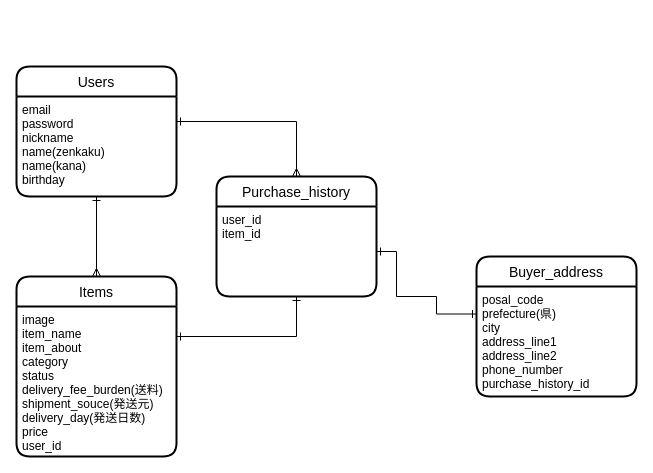
Before: test.dio in ponsiro/furima-34549, a draw.io diagram. Source tidied: cells renumbered, new cells numbered last; positions are measured from the earlier drawing's top-left corner, leaving out a move shared by most shapes. Both pictures are drawn from the tidied source at 100%, with x=0, y=0 at pixel (16, 66).
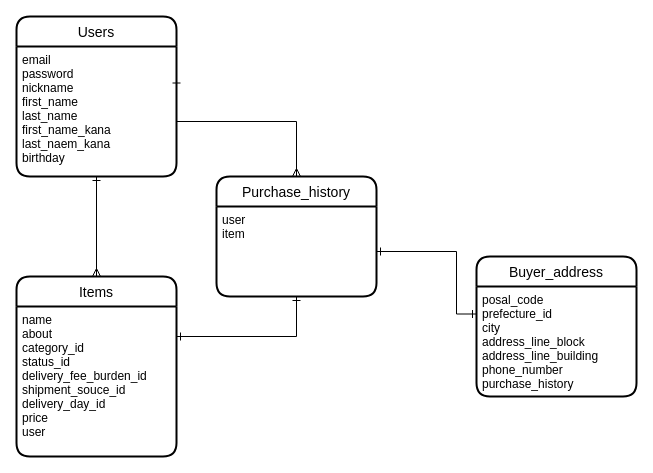
The same diagram, later.

The edit, as a diff of the source:
```diff
@@
 <mxGraphModel>
   <root>
     <mxCell id="0" />
     <mxCell id="1" parent="0" />
     <mxCell id="2" style="edgeStyle=orthogonalEdgeStyle;rounded=0;orthogonalLoop=1;jettySize=auto;html=1;exitX=1;exitY=0.5;exitDx=0;exitDy=0;startArrow=ERone;startFill=0;endArrow=ERone;endFill=0;targetPerimeterSpacing=0;" parent="1" edge="1">
       <mxGeometry relative="1" as="geometry">
         <mxPoint x="160" y="270" as="sourcePoint" />
         <mxPoint x="280" y="230" as="targetPoint" />
         <Array as="points">
           <mxPoint x="280" y="270" />
         </Array>
       </mxGeometry>
     </mxCell>
     <mxCell id="3" value="Users" style="swimlane;horizontal=1;startSize=30;rounded=1;fontSize=14;fontStyle=0;strokeWidth=2;shadow=0;dashed=0;align=center;" parent="1" vertex="1">
-      <mxGeometry width="160" height="130" as="geometry" />
+      <mxGeometry y="-50" width="160" height="160" as="geometry" />
     </mxCell>
-    <mxCell id="4" value="email&#10;password&#10;nickname&#10;name(zenkaku)&#10;name(kana)&#10;birthday&#10;" style="align=left;strokeColor=none;fillColor=none;spacingLeft=4;fontSize=12;verticalAlign=top;" parent="3" vertex="1">
-      <mxGeometry y="30" width="160" height="100" as="geometry" />
+    <mxCell id="4" value="email&#10;password&#10;nickname&#10;first_name&#10;last_name&#10;first_name_kana&#10;last_naem_kana&#10;birthday&#10;" style="align=left;strokeColor=none;fillColor=none;spacingLeft=4;fontSize=12;verticalAlign=top;" parent="3" vertex="1">
+      <mxGeometry y="30" width="160" height="130" as="geometry" />
     </mxCell>
     <mxCell id="5" value="Items" style="swimlane;horizontal=1;startSize=30;rounded=1;fontSize=14;fontStyle=0;strokeWidth=2;shadow=0;dashed=0;align=center;" parent="1" vertex="1">
       <mxGeometry y="210" width="160" height="180" as="geometry" />
     </mxCell>
-    <mxCell id="6" value="image&#10;item_name&#10;item_about&#10;category&#10;status&#10;delivery_fee_burden(送料)&#10;shipment_souce(発送元)&#10;delivery_day(発送日数)&#10;price&#10;user_id&#10;" style="align=left;strokeColor=none;fillColor=none;spacingLeft=4;fontSize=12;verticalAlign=top;" parent="5" vertex="1">
+    <mxCell id="6" value="name&#10;about&#10;category_id&#10;status_id&#10;delivery_fee_burden_id&#10;shipment_souce_id&#10;delivery_day_id&#10;price&#10;user&#10;" style="align=left;strokeColor=none;fillColor=none;spacingLeft=4;fontSize=12;verticalAlign=top;" parent="5" vertex="1">
       <mxGeometry y="30" width="160" height="150" as="geometry" />
     </mxCell>
     <mxCell id="7" style="edgeStyle=orthogonalEdgeStyle;rounded=0;jettySize=auto;html=1;exitX=1;exitY=0.5;exitDx=0;exitDy=0;startArrow=ERone;startFill=0;endArrow=ERone;endFill=0;targetPerimeterSpacing=0;entryX=0;entryY=0.25;entryDx=0;entryDy=0;" parent="1" edge="1" source="12" target="10">
       <mxGeometry relative="1" as="geometry">
         <Array as="points">
-          <mxPoint x="380" y="185" />
-          <mxPoint x="380" y="230" />
-          <mxPoint x="420" y="230" />
-          <mxPoint x="420" y="248" />
+          <mxPoint x="440" y="185" />
+          <mxPoint x="440" y="248" />
         </Array>
       </mxGeometry>
     </mxCell>
     <mxCell id="8" style="edgeStyle=orthogonalEdgeStyle;rounded=0;jettySize=auto;html=1;exitX=1;exitY=0.25;exitDx=0;exitDy=0;entryX=0.5;entryY=0;entryDx=0;entryDy=0;startArrow=ERone;startFill=0;endArrow=ERmany;endFill=0;targetPerimeterSpacing=0;" parent="1" edge="1" source="4">
       <mxGeometry relative="1" as="geometry">
         <mxPoint x="280" y="110" as="targetPoint" />
         <Array as="points">
           <mxPoint x="280" y="55" />
         </Array>
       </mxGeometry>
     </mxCell>
     <mxCell id="9" value="Buyer_address" style="swimlane;horizontal=1;startSize=30;rounded=1;fontSize=14;fontStyle=0;strokeWidth=2;shadow=0;dashed=0;align=center;" parent="1" vertex="1">
       <mxGeometry x="460" y="190" width="160" height="140" as="geometry" />
     </mxCell>
-    <mxCell id="10" value="posal_code&#10;prefecture(県)&#10;city&#10;address_line1&#10;address_line2&#10;phone_number&#10;purchase_history_id" style="align=left;strokeColor=none;fillColor=none;spacingLeft=4;fontSize=12;verticalAlign=top;" parent="9" vertex="1">
+    <mxCell id="10" value="posal_code&#10;prefecture_id&#10;city&#10;address_line_block&#10;address_line_building&#10;phone_number&#10;purchase_history" style="align=left;strokeColor=none;fillColor=none;spacingLeft=4;fontSize=12;verticalAlign=top;" parent="9" vertex="1">
       <mxGeometry y="30" width="160" height="110" as="geometry" />
     </mxCell>
     <mxCell id="11" value="Purchase_history" style="swimlane;horizontal=1;startSize=30;rounded=1;fontSize=14;fontStyle=0;strokeWidth=2;shadow=0;dashed=0;align=center;" parent="1" vertex="1">
       <mxGeometry x="200" y="110" width="160" height="120" as="geometry" />
     </mxCell>
-    <mxCell id="12" value="user_id&#10;item_id" style="align=left;strokeColor=none;fillColor=none;spacingLeft=4;fontSize=12;verticalAlign=top;" parent="11" vertex="1">
+    <mxCell id="12" value="user&#10;item" style="align=left;strokeColor=none;fillColor=none;spacingLeft=4;fontSize=12;verticalAlign=top;" parent="11" vertex="1">
       <mxGeometry y="30" width="160" height="90" as="geometry" />
     </mxCell>
     <mxCell id="13" style="edgeStyle=orthogonalEdgeStyle;rounded=0;jettySize=auto;html=1;exitX=0.5;exitY=1;exitDx=0;exitDy=0;entryX=0.5;entryY=0;entryDx=0;entryDy=0;startArrow=ERone;startFill=0;endArrow=ERmany;endFill=0;targetPerimeterSpacing=0;" parent="1" edge="1" source="4" target="5">
       <mxGeometry relative="1" as="geometry" />
     </mxCell>
   </root>
 </mxGraphModel>
```
